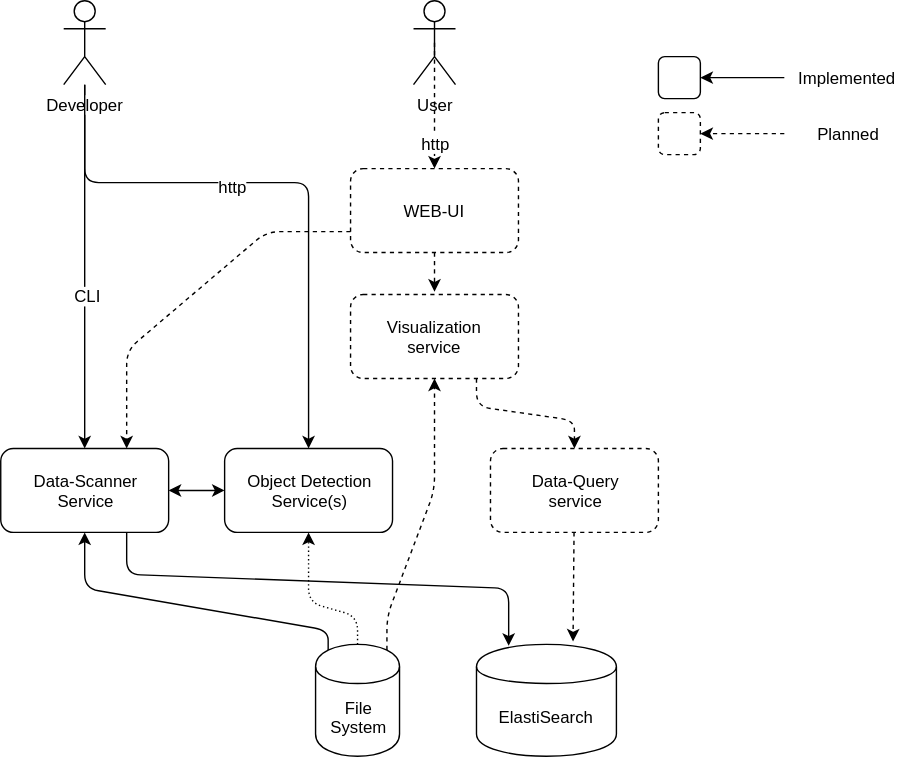
jveverka/data-lab keeps this draw.io diagram as docs/architecture-01.svg. Above is the earlier version. Source tidied: cells renumbered, new cells last; positions are measured from the earlier drawing's top-left corner, leaving out a move shared by most shapes.
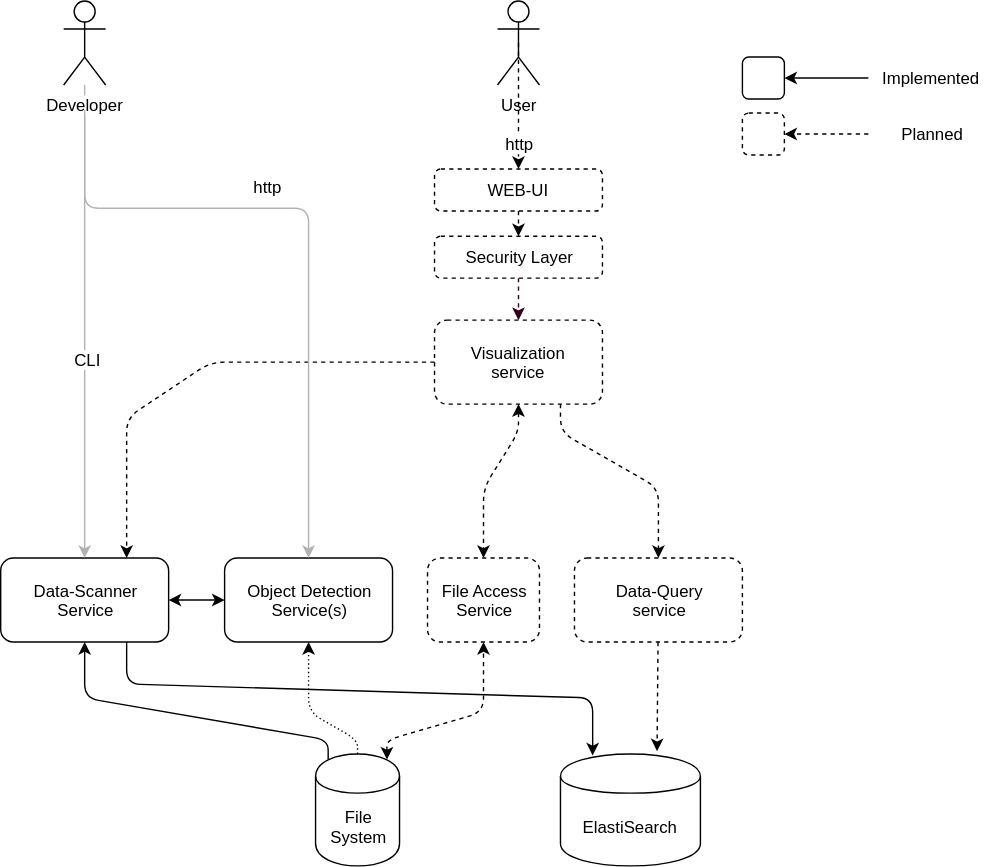
Later version of the same file.

Change to the diagram source:
```diff
@@ -3,41 +3,41 @@
     <mxCell id="0" />
     <mxCell id="1" parent="0" />
     <mxCell id="2" value="Data-Scanner&lt;br&gt;Service" style="rounded=1;whiteSpace=wrap;html=1;" parent="1" vertex="1">
-      <mxGeometry y="320" width="120" height="60" as="geometry" />
+      <mxGeometry x="-60" y="380" width="120" height="60" as="geometry" />
     </mxCell>
     <mxCell id="3" value="File&lt;br&gt;System" style="shape=cylinder;whiteSpace=wrap;html=1;boundedLbl=1;backgroundOutline=1;" parent="1" vertex="1">
-      <mxGeometry x="225" y="460" width="60" height="80" as="geometry" />
+      <mxGeometry x="165" y="520" width="60" height="80" as="geometry" />
     </mxCell>
     <mxCell id="4" style="endArrow=classic;html=1;entryX=0.5;entryY=1;entryDx=0;entryDy=0;exitX=0.15;exitY=0.05;exitDx=0;exitDy=0;exitPerimeter=0;" parent="1" edge="1" source="3" target="2">
       <mxGeometry relative="1" as="geometry">
         <Array as="points">
-          <mxPoint x="234" y="450" />
-          <mxPoint x="60" y="420" />
+          <mxPoint x="174" y="510" />
+          <mxPoint y="480" />
         </Array>
       </mxGeometry>
     </mxCell>
     <mxCell id="5" value="ElastiSearch" style="shape=cylinder;whiteSpace=wrap;html=1;boundedLbl=1;backgroundOutline=1;" parent="1" vertex="1">
-      <mxGeometry x="340" y="460" width="100" height="80" as="geometry" />
+      <mxGeometry x="340" y="520" width="100" height="80" as="geometry" />
     </mxCell>
     <mxCell id="6" style="endArrow=classic;html=1;entryX=0.23;entryY=0.013;entryDx=0;entryDy=0;exitX=0.75;exitY=1;exitDx=0;exitDy=0;entryPerimeter=0;" parent="1" edge="1" source="2" target="5">
       <mxGeometry relative="1" as="geometry">
         <Array as="points">
-          <mxPoint x="90" y="410" />
-          <mxPoint x="363" y="420" />
+          <mxPoint x="30" y="470" />
+          <mxPoint x="363" y="480" />
         </Array>
       </mxGeometry>
     </mxCell>
-    <mxCell id="7" style="edgeStyle=orthogonalEdgeStyle;rounded=0;jettySize=auto;html=1;entryX=0.5;entryY=0;entryDx=0;entryDy=0;" parent="1" edge="1" source="9" target="2">
+    <mxCell id="7" style="edgeStyle=orthogonalEdgeStyle;rounded=0;jettySize=auto;html=1;entryX=0.5;entryY=0;entryDx=0;entryDy=0;strokeColor=#B3B3B3;" parent="1" edge="1" source="9" target="2">
       <mxGeometry relative="1" as="geometry" />
     </mxCell>
     <mxCell id="8" value="CLI" style="text;html=1;align=center;verticalAlign=middle;labelBackgroundColor=#ffffff;" parent="7" vertex="1">
       <mxGeometry x="0.15" y="2" relative="1" as="geometry" />
     </mxCell>
     <mxCell id="9" value="Developer" style="shape=umlActor;verticalLabelPosition=bottom;labelBackgroundColor=#ffffff;verticalAlign=top;html=1;outlineConnect=0;" parent="1" vertex="1">
-      <mxGeometry x="45" width="30" height="60" as="geometry" />
+      <mxGeometry x="-15" y="-18" width="30" height="60" as="geometry" />
     </mxCell>
     <mxCell id="10" value="Data-Query&lt;br&gt;service" style="rounded=1;whiteSpace=wrap;html=1;dashed=1;" parent="1" vertex="1">
-      <mxGeometry x="350" y="320" width="120" height="60" as="geometry" />
+      <mxGeometry x="350" y="380" width="120" height="60" as="geometry" />
     </mxCell>
     <mxCell id="11" style="endArrow=classic;html=1;entryX=0.69;entryY=-0.025;entryDx=0;entryDy=0;entryPerimeter=0;dashed=1;" parent="1" edge="1" source="10" target="5">
       <mxGeometry relative="1" as="geometry" />
@@ -49,92 +49,109 @@
       <mxGeometry relative="1" as="geometry">
         <Array as="points">
           <mxPoint x="340" y="290" />
-          <mxPoint x="410" y="300" />
+          <mxPoint x="410" y="330" />
         </Array>
       </mxGeometry>
     </mxCell>
     <mxCell id="14" value="Object Detection&lt;br&gt;Service(s)" style="rounded=1;whiteSpace=wrap;html=1;" parent="1" vertex="1">
-      <mxGeometry x="160" y="320" width="120" height="60" as="geometry" />
+      <mxGeometry x="100" y="380" width="120" height="60" as="geometry" />
     </mxCell>
     <mxCell id="15" value="User" style="shape=umlActor;verticalLabelPosition=bottom;labelBackgroundColor=#ffffff;verticalAlign=top;html=1;" parent="1" vertex="1">
-      <mxGeometry x="295" width="30" height="60" as="geometry" />
+      <mxGeometry x="295" y="-18" width="30" height="60" as="geometry" />
     </mxCell>
     <mxCell id="16" value="WEB-UI" style="rounded=1;whiteSpace=wrap;html=1;dashed=1;" parent="1" vertex="1">
-      <mxGeometry x="250" y="120" width="120" height="60" as="geometry" />
+      <mxGeometry x="250" y="102" width="120" height="30" as="geometry" />
     </mxCell>
     <mxCell id="17" style="endArrow=classic;html=1;entryX=0.5;entryY=0;entryDx=0;entryDy=0;dashed=1;" parent="1" edge="1" target="16">
       <mxGeometry relative="1" as="geometry">
-        <mxPoint x="310" y="30" as="sourcePoint" />
+        <mxPoint x="310" y="12" as="sourcePoint" />
       </mxGeometry>
     </mxCell>
     <mxCell id="18" value="http" style="text;html=1;align=center;verticalAlign=middle;labelBackgroundColor=#ffffff;" parent="17" vertex="1">
       <mxGeometry x="0.58" relative="1" as="geometry" />
     </mxCell>
-    <mxCell id="19" style="endArrow=classic;html=1;exitX=0.5;exitY=1;exitDx=0;exitDy=0;dashed=1;" parent="1" edge="1" source="16">
-      <mxGeometry relative="1" as="geometry">
-        <mxPoint x="310" y="208" as="targetPoint" />
-      </mxGeometry>
+    <mxCell id="19" style="endArrow=classic;html=1;exitX=0.5;exitY=1;exitDx=0;exitDy=0;dashed=1;entryX=0.5;entryY=0;entryDx=0;entryDy=0;" parent="1" edge="1" source="16" target="35">
+      <mxGeometry relative="1" as="geometry" />
     </mxCell>
     <mxCell id="20" style="endArrow=classic;html=1;entryX=0.5;entryY=1;entryDx=0;entryDy=0;exitX=0.5;exitY=0;exitDx=0;exitDy=0;dashed=1;dashPattern=1 2;" parent="1" edge="1" source="3" target="14">
       <mxGeometry relative="1" as="geometry">
         <Array as="points">
-          <mxPoint x="255" y="440" />
-          <mxPoint x="220" y="430" />
+          <mxPoint x="195" y="510" />
+          <mxPoint x="160" y="490" />
         </Array>
       </mxGeometry>
     </mxCell>
-    <mxCell id="21" style="endArrow=classic;html=1;entryX=0.75;entryY=0;entryDx=0;entryDy=0;exitX=0;exitY=0.75;exitDx=0;exitDy=0;dashed=1;" parent="1" edge="1" source="16" target="2">
+    <mxCell id="21" style="endArrow=classic;html=1;entryX=0.75;entryY=0;entryDx=0;entryDy=0;exitX=0;exitY=0.5;exitDx=0;exitDy=0;dashed=1;" parent="1" edge="1" source="12" target="2">
       <mxGeometry relative="1" as="geometry">
         <Array as="points">
-          <mxPoint x="190" y="165" />
-          <mxPoint x="90" y="250" />
+          <mxPoint x="90" y="240" />
+          <mxPoint x="30" y="280" />
         </Array>
       </mxGeometry>
     </mxCell>
     <mxCell id="22" style="endArrow=classic;html=1;entryX=1;entryY=0.5;entryDx=0;entryDy=0;exitX=0;exitY=0.5;exitDx=0;exitDy=0;startArrow=classic;startFill=1;" parent="1" edge="1" source="14" target="2">
       <mxGeometry relative="1" as="geometry" />
     </mxCell>
-    <mxCell id="23" style="endArrow=classic;html=1;entryX=0.5;entryY=0;entryDx=0;entryDy=0;" parent="1" edge="1" target="14">
+    <mxCell id="23" style="endArrow=classic;html=1;entryX=0.5;entryY=0;entryDx=0;entryDy=0;strokeColor=#B3B3B3;" parent="1" edge="1" target="14">
       <mxGeometry relative="1" as="geometry">
-        <mxPoint x="60" y="60" as="sourcePoint" />
+        <mxPoint y="60" as="sourcePoint" />
         <Array as="points">
-          <mxPoint x="60" y="130" />
-          <mxPoint x="220" y="130" />
+          <mxPoint y="130" />
+          <mxPoint x="160" y="130" />
         </Array>
       </mxGeometry>
     </mxCell>
     <mxCell id="24" value="http" style="text;html=1;align=center;verticalAlign=middle;labelBackgroundColor=#ffffff;" parent="23" vertex="1">
-      <mxGeometry x="-0.17" y="-2" relative="1" as="geometry" />
+      <mxGeometry x="-0.17" y="-2" relative="1" as="geometry">
+        <mxPoint y="-18" as="offset" />
+      </mxGeometry>
     </mxCell>
-    <mxCell id="25" style="endArrow=classic;html=1;entryX=0.5;entryY=1;entryDx=0;entryDy=0;exitX=0.85;exitY=0.05;exitDx=0;exitDy=0;exitPerimeter=0;dashed=1;" parent="1" edge="1" source="3" target="12">
-      <mxGeometry relative="1" as="geometry">
-        <Array as="points">
-          <mxPoint x="276" y="440" />
-          <mxPoint x="310" y="350" />
-        </Array>
-      </mxGeometry>
-    </mxCell>
     <mxCell id="26" style="rounded=1;whiteSpace=wrap;html=1;" parent="1" vertex="1">
-      <mxGeometry x="470" y="40" width="30" height="30" as="geometry" />
+      <mxGeometry x="470" y="22" width="30" height="30" as="geometry" />
     </mxCell>
     <mxCell id="27" style="endArrow=classic;html=1;entryX=1;entryY=0.5;entryDx=0;entryDy=0;" parent="1" edge="1" target="26">
       <mxGeometry relative="1" as="geometry">
-        <mxPoint x="560" y="55" as="sourcePoint" />
+        <mxPoint x="560" y="37" as="sourcePoint" />
       </mxGeometry>
     </mxCell>
     <mxCell id="28" style="rounded=1;whiteSpace=wrap;html=1;dashed=1;" parent="1" vertex="1">
-      <mxGeometry x="470" y="80" width="30" height="30" as="geometry" />
+      <mxGeometry x="470" y="62" width="30" height="30" as="geometry" />
     </mxCell>
     <mxCell id="29" style="endArrow=classic;html=1;entryX=1;entryY=0.5;entryDx=0;entryDy=0;dashed=1;" parent="1" edge="1" target="28">
       <mxGeometry relative="1" as="geometry">
-        <mxPoint x="560" y="95" as="sourcePoint" />
+        <mxPoint x="560" y="77" as="sourcePoint" />
       </mxGeometry>
     </mxCell>
     <mxCell id="30" value="Implemented" style="text;html=1;strokeColor=none;fillColor=none;align=center;verticalAlign=middle;whiteSpace=wrap;rounded=0;dashed=1;" parent="1" vertex="1">
-      <mxGeometry x="560" y="45" width="90" height="20" as="geometry" />
+      <mxGeometry x="560" y="27" width="90" height="20" as="geometry" />
     </mxCell>
     <mxCell id="31" value="Planned" style="text;html=1;strokeColor=none;fillColor=none;align=center;verticalAlign=middle;whiteSpace=wrap;rounded=0;dashed=1;" parent="1" vertex="1">
-      <mxGeometry x="560" y="85" width="90" height="20" as="geometry" />
+      <mxGeometry x="560" y="67" width="90" height="20" as="geometry" />
     </mxCell>
+    <mxCell id="32" value="File Access&lt;br&gt;Service" style="rounded=1;whiteSpace=wrap;html=1;dashed=1;" parent="1" vertex="1">
+      <mxGeometry x="245" y="380" width="80" height="60" as="geometry" />
+    </mxCell>
+    <mxCell id="33" style="endArrow=classic;html=1;exitX=0.5;exitY=1;exitDx=0;exitDy=0;entryX=0.5;entryY=0;entryDx=0;entryDy=0;startArrow=classic;startFill=1;dashed=1;" parent="1" edge="1" source="12" target="32">
+      <mxGeometry relative="1" as="geometry">
+        <Array as="points">
+          <mxPoint x="310" y="290" />
+          <mxPoint x="285" y="330" />
+        </Array>
+      </mxGeometry>
+    </mxCell>
+    <mxCell id="34" style="endArrow=classic;html=1;dashed=1;entryX=0.5;entryY=1;entryDx=0;entryDy=0;exitX=0.85;exitY=0.05;exitDx=0;exitDy=0;exitPerimeter=0;startArrow=classic;startFill=1;" parent="1" edge="1" source="3" target="32">
+      <mxGeometry relative="1" as="geometry">
+        <Array as="points">
+          <mxPoint x="216" y="510" />
+          <mxPoint x="285" y="490" />
+        </Array>
+      </mxGeometry>
+    </mxCell>
+    <mxCell id="35" value="Security Layer" style="rounded=1;whiteSpace=wrap;html=1;dashed=1;" parent="1" vertex="1">
+      <mxGeometry x="250" y="150" width="120" height="30" as="geometry" />
+    </mxCell>
+    <mxCell id="36" style="endArrow=classic;html=1;dashed=1;strokeColor=#33001A;entryX=0.5;entryY=0;entryDx=0;entryDy=0;exitX=0.5;exitY=1;exitDx=0;exitDy=0;" parent="1" edge="1" source="35" target="12">
+      <mxGeometry relative="1" as="geometry" />
+    </mxCell>
   </root>
 </mxGraphModel>
```
